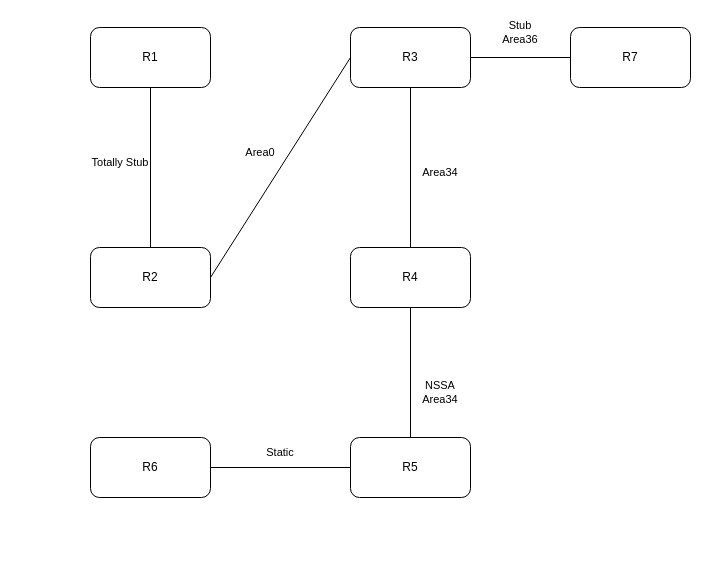
jiegitrepo/network_container_lab keeps this draw.io diagram as OSPF/Diagram.drawio. Above is the earlier version. Source tidied: cells renumbered, new cells numbered last; positions are measured from the earlier drawing's top-left corner, leaving out a move shared by most shapes. Both pictures are drawn from the tidied source at 100%, with x=0, y=0 at pixel (90, 17).
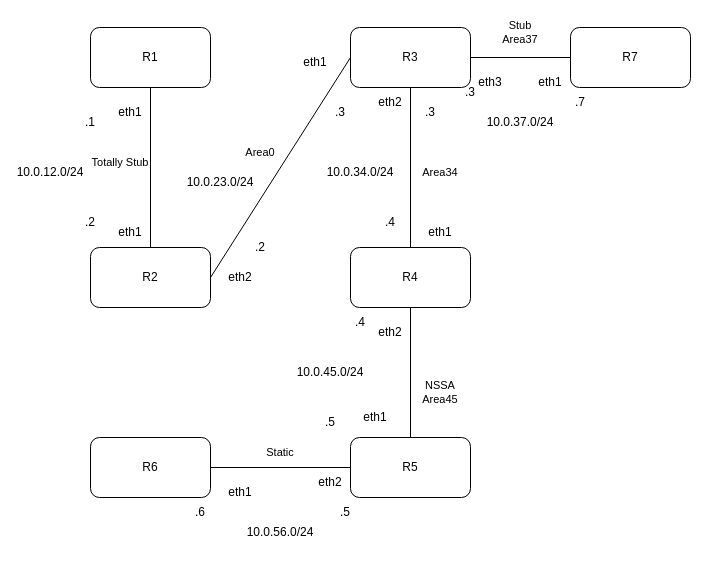
The same diagram, later.

The change refers to these unchanged cells:
```xml
<mxCell id="3" value="R1" style="rounded=1;whiteSpace=wrap;html=1;" parent="1" vertex="1">
  <mxGeometry y="10" width="120" height="60" as="geometry" />
</mxCell>
<mxCell id="5" value="R2" style="rounded=1;whiteSpace=wrap;html=1;" parent="1" vertex="1">
  <mxGeometry y="230" width="120" height="60" as="geometry" />
</mxCell>
```

What changed in the source:
```diff
@@
-    <mxCell id="2" style="shape=connector;rounded=0;jettySize=auto;html=1;exitX=0.5;exitY=1;exitDx=0;exitDy=0;entryX=0.5;entryY=0;entryDx=0;entryDy=0;strokeColor=default;align=center;verticalAlign=middle;fontFamily=Helvetica;fontSize=11;fontColor=default;labelBackgroundColor=default;endArrow=none;endFill=0;" parent="1" edge="1" source="3" target="5">
-      <mxGeometry relative="1" as="geometry" />
+    <mxCell id="2" style="shape=connector;rounded=0;jettySize=auto;html=1;entryX=0.5;entryY=0;entryDx=0;entryDy=0;strokeColor=default;align=center;verticalAlign=middle;fontFamily=Helvetica;fontSize=11;fontColor=default;labelBackgroundColor=default;endArrow=none;endFill=0;" parent="1" edge="1" target="5">
+      <mxGeometry relative="1" as="geometry">
+        <mxPoint x="60" y="70" as="sourcePoint" />
+      </mxGeometry>
     </mxCell>
@@
-    <mxCell id="17" value="NSSA&lt;br&gt;Area34" style="text;html=1;whiteSpace=wrap;strokeColor=none;fillColor=none;align=center;verticalAlign=middle;rounded=0;fontFamily=Helvetica;fontSize=11;fontColor=default;labelBackgroundColor=default;" parent="1" vertex="1">
+    <mxCell id="17" value="NSSA&lt;br&gt;Area45" style="text;html=1;whiteSpace=wrap;strokeColor=none;fillColor=none;align=center;verticalAlign=middle;rounded=0;fontFamily=Helvetica;fontSize=11;fontColor=default;labelBackgroundColor=default;" parent="1" vertex="1">
       <mxGeometry x="320" y="360" width="60" height="30" as="geometry" />
     </mxCell>
@@
-    <mxCell id="20" value="&lt;div&gt;Stub&lt;/div&gt;Area36" style="text;html=1;whiteSpace=wrap;strokeColor=none;fillColor=none;align=center;verticalAlign=middle;rounded=0;fontFamily=Helvetica;fontSize=11;fontColor=default;labelBackgroundColor=default;" parent="1" vertex="1">
+    <mxCell id="20" value="&lt;div&gt;Stub&lt;/div&gt;Area37" style="text;html=1;whiteSpace=wrap;strokeColor=none;fillColor=none;align=center;verticalAlign=middle;rounded=0;fontFamily=Helvetica;fontSize=11;fontColor=default;labelBackgroundColor=default;" parent="1" vertex="1">
       <mxGeometry x="400" width="60" height="30" as="geometry" />
     </mxCell>
+    <mxCell id="21" value="eth1" style="text;html=1;whiteSpace=wrap;strokeColor=none;fillColor=none;align=center;verticalAlign=middle;rounded=0;" parent="1" vertex="1">
+      <mxGeometry x="10" y="80" width="60" height="30" as="geometry" />
+    </mxCell>
+    <mxCell id="22" value="eth1" style="text;html=1;whiteSpace=wrap;strokeColor=none;fillColor=none;align=center;verticalAlign=middle;rounded=0;" parent="1" vertex="1">
+      <mxGeometry x="10" y="200" width="60" height="30" as="geometry" />
+    </mxCell>
+    <mxCell id="23" value="eth1" style="text;html=1;whiteSpace=wrap;strokeColor=none;fillColor=none;align=center;verticalAlign=middle;rounded=0;" parent="1" vertex="1">
+      <mxGeometry x="195" y="30" width="60" height="30" as="geometry" />
+    </mxCell>
+    <mxCell id="24" value="eth2" style="text;html=1;whiteSpace=wrap;strokeColor=none;fillColor=none;align=center;verticalAlign=middle;rounded=0;" parent="1" vertex="1">
+      <mxGeometry x="120" y="245" width="60" height="30" as="geometry" />
+    </mxCell>
+    <mxCell id="25" value="eth2" style="text;html=1;whiteSpace=wrap;strokeColor=none;fillColor=none;align=center;verticalAlign=middle;rounded=0;" parent="1" vertex="1">
+      <mxGeometry x="270" y="70" width="60" height="30" as="geometry" />
+    </mxCell>
+    <mxCell id="26" value="eth1" style="text;html=1;whiteSpace=wrap;strokeColor=none;fillColor=none;align=center;verticalAlign=middle;rounded=0;" parent="1" vertex="1">
+      <mxGeometry x="320" y="200" width="60" height="30" as="geometry" />
+    </mxCell>
+    <mxCell id="27" value="eth1" style="text;html=1;whiteSpace=wrap;strokeColor=none;fillColor=none;align=center;verticalAlign=middle;rounded=0;" parent="1" vertex="1">
+      <mxGeometry x="255" y="385" width="60" height="30" as="geometry" />
+    </mxCell>
+    <mxCell id="28" value="eth1" style="text;html=1;whiteSpace=wrap;strokeColor=none;fillColor=none;align=center;verticalAlign=middle;rounded=0;" parent="1" vertex="1">
+      <mxGeometry x="120" y="460" width="60" height="30" as="geometry" />
+    </mxCell>
+    <mxCell id="29" value="eth2" style="text;html=1;whiteSpace=wrap;strokeColor=none;fillColor=none;align=center;verticalAlign=middle;rounded=0;" parent="1" vertex="1">
+      <mxGeometry x="270" y="300" width="60" height="30" as="geometry" />
+    </mxCell>
+    <mxCell id="30" value="eth2" style="text;html=1;whiteSpace=wrap;strokeColor=none;fillColor=none;align=center;verticalAlign=middle;rounded=0;" parent="1" vertex="1">
+      <mxGeometry x="210" y="450" width="60" height="30" as="geometry" />
+    </mxCell>
+    <mxCell id="31" value="eth1" style="text;html=1;whiteSpace=wrap;strokeColor=none;fillColor=none;align=center;verticalAlign=middle;rounded=0;" parent="1" vertex="1">
+      <mxGeometry x="430" y="50" width="60" height="30" as="geometry" />
+    </mxCell>
+    <mxCell id="32" value="eth3" style="text;html=1;whiteSpace=wrap;strokeColor=none;fillColor=none;align=center;verticalAlign=middle;rounded=0;" parent="1" vertex="1">
+      <mxGeometry x="370" y="50" width="60" height="30" as="geometry" />
+    </mxCell>
+    <mxCell id="33" value="10.0.12.0/24" style="text;html=1;whiteSpace=wrap;strokeColor=none;fillColor=none;align=center;verticalAlign=middle;rounded=0;" parent="1" vertex="1">
+      <mxGeometry x="-70" y="140" width="60" height="30" as="geometry" />
+    </mxCell>
+    <mxCell id="34" value=".1" style="text;html=1;whiteSpace=wrap;strokeColor=none;fillColor=none;align=center;verticalAlign=middle;rounded=0;" parent="1" vertex="1">
+      <mxGeometry x="-30" y="90" width="60" height="30" as="geometry" />
+    </mxCell>
+    <mxCell id="35" value=".2" style="text;html=1;whiteSpace=wrap;strokeColor=none;fillColor=none;align=center;verticalAlign=middle;rounded=0;" parent="1" vertex="1">
+      <mxGeometry x="-30" y="190" width="60" height="30" as="geometry" />
+    </mxCell>
+    <mxCell id="36" value="10.0.23.0/24" style="text;html=1;whiteSpace=wrap;strokeColor=none;fillColor=none;align=center;verticalAlign=middle;rounded=0;" parent="1" vertex="1">
+      <mxGeometry x="100" y="150" width="60" height="30" as="geometry" />
+    </mxCell>
+    <mxCell id="37" value=".2" style="text;html=1;whiteSpace=wrap;strokeColor=none;fillColor=none;align=center;verticalAlign=middle;rounded=0;" parent="1" vertex="1">
+      <mxGeometry x="140" y="215" width="60" height="30" as="geometry" />
+    </mxCell>
+    <mxCell id="38" value=".3" style="text;html=1;whiteSpace=wrap;strokeColor=none;fillColor=none;align=center;verticalAlign=middle;rounded=0;" parent="1" vertex="1">
+      <mxGeometry x="220" y="80" width="60" height="30" as="geometry" />
+    </mxCell>
+    <mxCell id="39" value="10.0.34.0/24" style="text;html=1;whiteSpace=wrap;strokeColor=none;fillColor=none;align=center;verticalAlign=middle;rounded=0;" parent="1" vertex="1">
+      <mxGeometry x="240" y="140" width="60" height="30" as="geometry" />
+    </mxCell>
+    <mxCell id="40" value=".3" style="text;html=1;whiteSpace=wrap;strokeColor=none;fillColor=none;align=center;verticalAlign=middle;rounded=0;" parent="1" vertex="1">
+      <mxGeometry x="310" y="80" width="60" height="30" as="geometry" />
+    </mxCell>
+    <mxCell id="41" value=".4" style="text;html=1;whiteSpace=wrap;strokeColor=none;fillColor=none;align=center;verticalAlign=middle;rounded=0;" parent="1" vertex="1">
+      <mxGeometry x="270" y="190" width="60" height="30" as="geometry" />
+    </mxCell>
+    <mxCell id="42" value="10.0.37.0/24" style="text;html=1;whiteSpace=wrap;strokeColor=none;fillColor=none;align=center;verticalAlign=middle;rounded=0;" parent="1" vertex="1">
+      <mxGeometry x="400" y="90" width="60" height="30" as="geometry" />
+    </mxCell>
+    <mxCell id="43" value=".3" style="text;html=1;whiteSpace=wrap;strokeColor=none;fillColor=none;align=center;verticalAlign=middle;rounded=0;" parent="1" vertex="1">
+      <mxGeometry x="350" y="60" width="60" height="30" as="geometry" />
+    </mxCell>
+    <mxCell id="44" value=".7" style="text;html=1;whiteSpace=wrap;strokeColor=none;fillColor=none;align=center;verticalAlign=middle;rounded=0;" parent="1" vertex="1">
+      <mxGeometry x="460" y="70" width="60" height="30" as="geometry" />
+    </mxCell>
+    <mxCell id="45" value="10.0.45.0/24" style="text;html=1;whiteSpace=wrap;strokeColor=none;fillColor=none;align=center;verticalAlign=middle;rounded=0;" parent="1" vertex="1">
+      <mxGeometry x="210" y="340" width="60" height="30" as="geometry" />
+    </mxCell>
+    <mxCell id="46" value=".4" style="text;html=1;whiteSpace=wrap;strokeColor=none;fillColor=none;align=center;verticalAlign=middle;rounded=0;" parent="1" vertex="1">
+      <mxGeometry x="240" y="290" width="60" height="30" as="geometry" />
+    </mxCell>
+    <mxCell id="47" value=".5" style="text;html=1;whiteSpace=wrap;strokeColor=none;fillColor=none;align=center;verticalAlign=middle;rounded=0;" parent="1" vertex="1">
+      <mxGeometry x="210" y="390" width="60" height="30" as="geometry" />
+    </mxCell>
+    <mxCell id="48" value="10.0.56.0/24" style="text;html=1;whiteSpace=wrap;strokeColor=none;fillColor=none;align=center;verticalAlign=middle;rounded=0;" parent="1" vertex="1">
+      <mxGeometry x="160" y="500" width="60" height="30" as="geometry" />
+    </mxCell>
+    <mxCell id="49" value=".5" style="text;html=1;whiteSpace=wrap;strokeColor=none;fillColor=none;align=center;verticalAlign=middle;rounded=0;" parent="1" vertex="1">
+      <mxGeometry x="225" y="480" width="60" height="30" as="geometry" />
+    </mxCell>
+    <mxCell id="50" value=".6" style="text;html=1;whiteSpace=wrap;strokeColor=none;fillColor=none;align=center;verticalAlign=middle;rounded=0;" parent="1" vertex="1">
+      <mxGeometry x="80" y="480" width="60" height="30" as="geometry" />
+    </mxCell>
```
